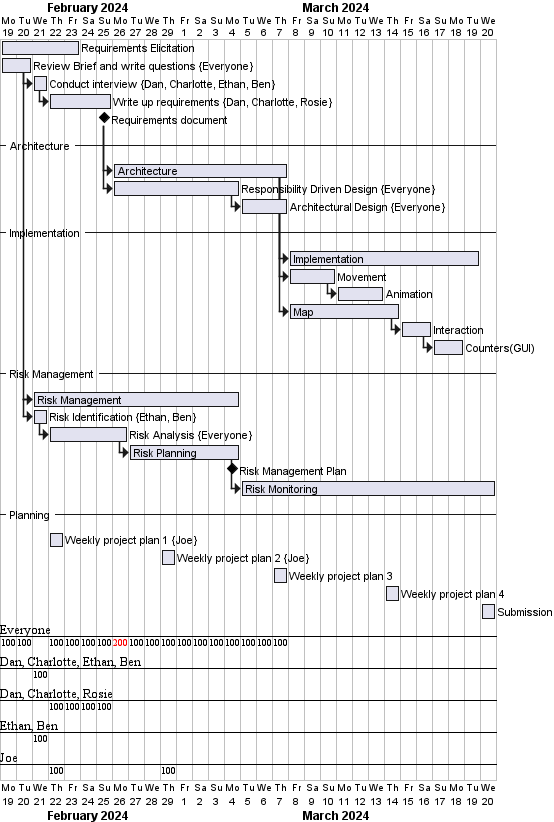
Before: plans/UML/week2-gantt.png, a diagram exported from PlantUML (jjzsilva9/eng1-website).
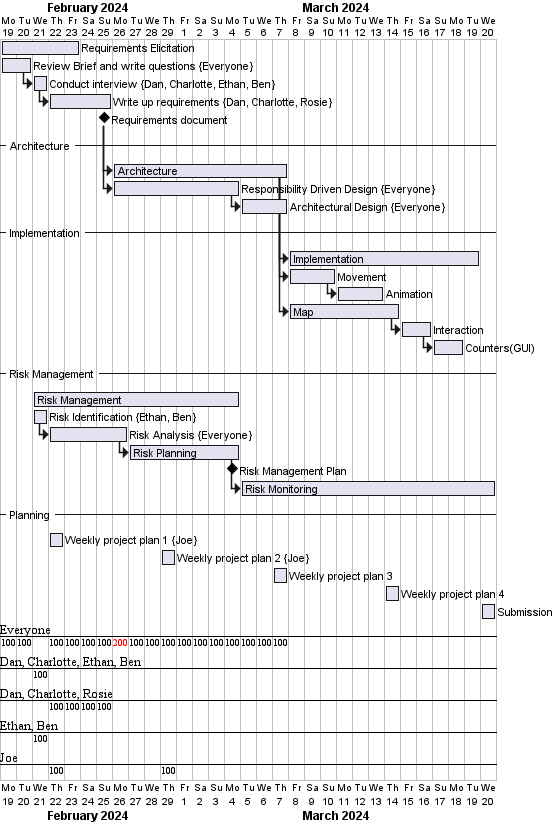
After the commit.

Commit message:
added week 2 plan

Diff of the diagram source:
```diff
@@ -29,9 +29,9 @@
 [Counters(GUI)] starts at [Interaction]'s end
 --Risk Management--
 [Risk Management] requires 13 days
-[Risk Management] starts at [Review Brief and write questions]'s end
+[Risk Management] starts on 2024-02-21
 [Risk Identification] on {Ethan, Ben} requires 1 day
-[Risk Identification] starts at [Risk Management]'s start
+[Risk Identification] starts on 2024-02-21
 [Risk Analysis] on {Everyone} starts at [Risk Identification]'s end
 [Risk Analysis] requires 5 days
 [Risk Planning] starts at [Risk Analysis]'s end
```
